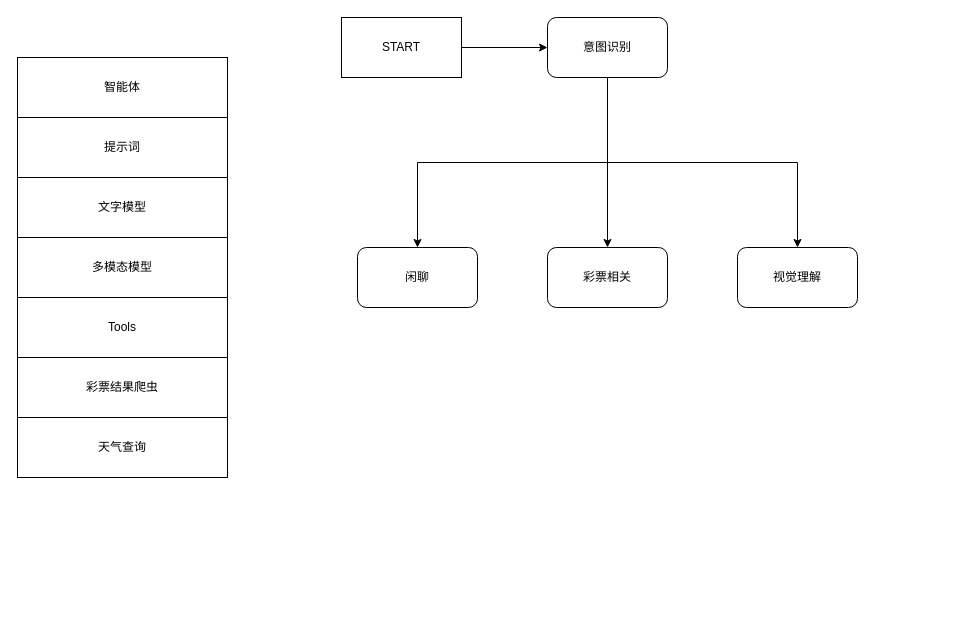
Before: 多智能体编排流程图.drawio in yicheng2110/CF-Workers-docker.io, a draw.io diagram. Source tidied: cells renumbered, new cells numbered last; positions are measured from the earlier drawing's top-left corner, leaving out a move shared by most shapes. Both pictures are drawn from the tidied source at 100%, with x=0, y=0 at pixel (17, 17).
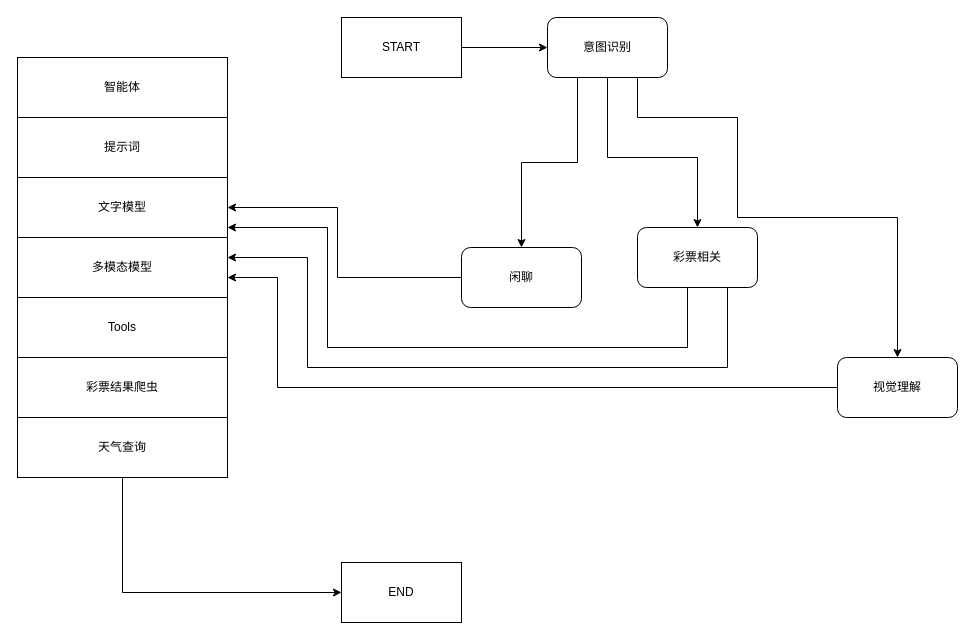
The same diagram, later.

Commit message:
更新多智能体编排流程图.drawio

The change refers to these unchanged cells:
```xml
<mxCell id="7" value="意图识别" style="rounded=1;whiteSpace=wrap;html=1;" parent="1" vertex="1">
  <mxGeometry x="530" width="120" height="60" as="geometry" />
</mxCell>
<mxCell id="11" value="文字模型" style="rounded=0;whiteSpace=wrap;html=1;" parent="1" vertex="1">
  <mxGeometry y="160" width="210" height="60" as="geometry" />
</mxCell>
<mxCell id="12" value="多模态模型" style="rounded=0;whiteSpace=wrap;html=1;" parent="1" vertex="1">
  <mxGeometry y="220" width="210" height="60" as="geometry" />
</mxCell>
<mxCell id="15" value="天气查询" style="rounded=0;whiteSpace=wrap;html=1;" parent="1" vertex="1">
  <mxGeometry y="400" width="210" height="60" as="geometry" />
</mxCell>
```

The edit, as a diff of the source:
```diff
@@
     <mxCell id="4" style="edgeStyle=orthogonalEdgeStyle;rounded=0;jettySize=auto;html=1;exitX=0.5;exitY=1;exitDx=0;exitDy=0;entryX=0.5;entryY=0;entryDx=0;entryDy=0;" parent="1" edge="1" source="7" target="17">
-      <mxGeometry relative="1" as="geometry" />
+      <mxGeometry relative="1" as="geometry">
+        <Array as="points">
+          <mxPoint x="590" y="140" />
+          <mxPoint x="680" y="140" />
+        </Array>
+      </mxGeometry>
     </mxCell>
     <mxCell id="5" style="edgeStyle=orthogonalEdgeStyle;rounded=0;jettySize=auto;html=1;exitX=0.5;exitY=1;exitDx=0;exitDy=0;entryX=0.5;entryY=0;entryDx=0;entryDy=0;" parent="1" edge="1" source="7" target="16">
-      <mxGeometry relative="1" as="geometry" />
+      <mxGeometry relative="1" as="geometry">
+        <Array as="points">
+          <mxPoint x="560" y="60" />
+          <mxPoint x="560" y="145" />
+          <mxPoint x="504" y="145" />
+        </Array>
+      </mxGeometry>
     </mxCell>
     <mxCell id="6" style="edgeStyle=orthogonalEdgeStyle;rounded=0;jettySize=auto;html=1;exitX=0.5;exitY=1;exitDx=0;exitDy=0;" parent="1" edge="1" source="7" target="18">
-      <mxGeometry relative="1" as="geometry" />
+      <mxGeometry relative="1" as="geometry">
+        <Array as="points">
+          <mxPoint x="620" y="60" />
+          <mxPoint x="620" y="100" />
+          <mxPoint x="720" y="100" />
+          <mxPoint x="720" y="200" />
+          <mxPoint x="880" y="200" />
+        </Array>
+      </mxGeometry>
     </mxCell>
@@
+    <mxCell id="19" style="edgeStyle=orthogonalEdgeStyle;rounded=0;jettySize=auto;html=1;exitX=0.5;exitY=1;exitDx=0;exitDy=0;entryX=0;entryY=0.5;entryDx=0;entryDy=0;" parent="1" edge="1" source="15" target="24">
+      <mxGeometry relative="1" as="geometry" />
+    </mxCell>
@@
+    <mxCell id="20" style="edgeStyle=orthogonalEdgeStyle;rounded=0;jettySize=auto;html=1;exitX=0;exitY=0.5;exitDx=0;exitDy=0;" parent="1" edge="1" source="16" target="11">
+      <mxGeometry relative="1" as="geometry">
+        <Array as="points">
+          <mxPoint x="320" y="260" />
+          <mxPoint x="320" y="190" />
+        </Array>
+      </mxGeometry>
+    </mxCell>
     <mxCell id="16" value="闲聊" style="rounded=1;whiteSpace=wrap;html=1;" parent="1" vertex="1">
-      <mxGeometry x="340" y="230" width="120" height="60" as="geometry" />
+      <mxGeometry x="444" y="230" width="120" height="60" as="geometry" />
     </mxCell>
+    <mxCell id="21" style="edgeStyle=orthogonalEdgeStyle;rounded=0;jettySize=auto;html=1;exitX=0.5;exitY=1;exitDx=0;exitDy=0;" parent="1" edge="1" source="17" target="11">
+      <mxGeometry relative="1" as="geometry">
+        <Array as="points">
+          <mxPoint x="670" y="270" />
+          <mxPoint x="670" y="330" />
+          <mxPoint x="310" y="330" />
+          <mxPoint x="310" y="210" />
+        </Array>
+      </mxGeometry>
+    </mxCell>
+    <mxCell id="22" style="edgeStyle=orthogonalEdgeStyle;rounded=0;jettySize=auto;html=1;exitX=0.75;exitY=1;exitDx=0;exitDy=0;" parent="1" edge="1" source="17" target="12">
+      <mxGeometry relative="1" as="geometry">
+        <Array as="points">
+          <mxPoint x="710" y="350" />
+          <mxPoint x="290" y="350" />
+          <mxPoint x="290" y="240" />
+        </Array>
+      </mxGeometry>
+    </mxCell>
     <mxCell id="17" value="彩票相关" style="rounded=1;whiteSpace=wrap;html=1;" parent="1" vertex="1">
-      <mxGeometry x="530" y="230" width="120" height="60" as="geometry" />
+      <mxGeometry x="620" y="210" width="120" height="60" as="geometry" />
     </mxCell>
+    <mxCell id="23" style="edgeStyle=orthogonalEdgeStyle;rounded=0;jettySize=auto;html=1;exitX=0;exitY=0.5;exitDx=0;exitDy=0;" parent="1" edge="1" source="18" target="12">
+      <mxGeometry relative="1" as="geometry">
+        <Array as="points">
+          <mxPoint x="260" y="370" />
+          <mxPoint x="260" y="260" />
+        </Array>
+      </mxGeometry>
+    </mxCell>
     <mxCell id="18" value="视觉理解" style="rounded=1;whiteSpace=wrap;html=1;" parent="1" vertex="1">
-      <mxGeometry x="720" y="230" width="120" height="60" as="geometry" />
+      <mxGeometry x="820" y="340" width="120" height="60" as="geometry" />
     </mxCell>
+    <mxCell id="24" value="END" style="rounded=0;whiteSpace=wrap;html=1;" parent="1" vertex="1">
+      <mxGeometry x="324" y="545" width="120" height="60" as="geometry" />
+    </mxCell>
```
